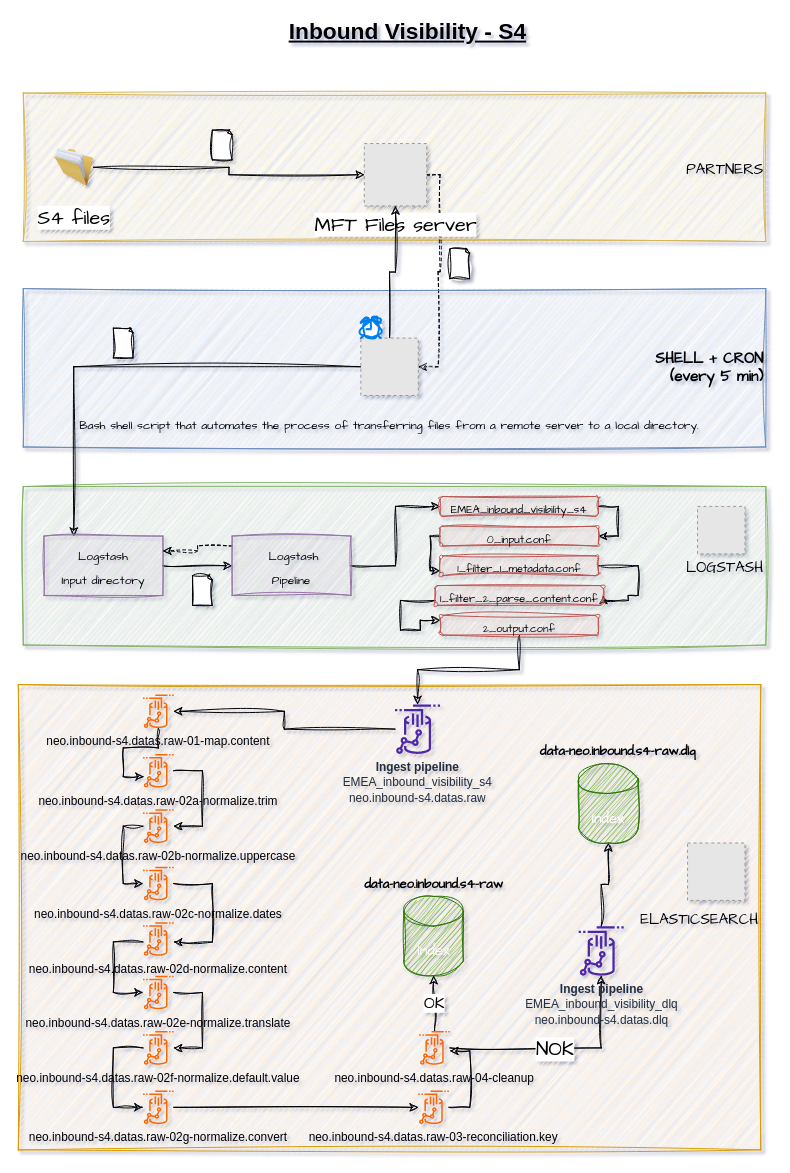
The draw.io diagram Inbound_Visibility-S4.drawio in baranharis/Diagram-LOREAL, before the edit. Source tidied: cells renumbered, new cells numbered last; positions are measured from the earlier drawing's top-left corner, leaving out a move shared by most shapes. Both pictures are drawn from the tidied source at 99%, with x=0, y=0 at pixel (18, 21). Pictures stored in the file or linked from it are replaced by grey dashed boxes.
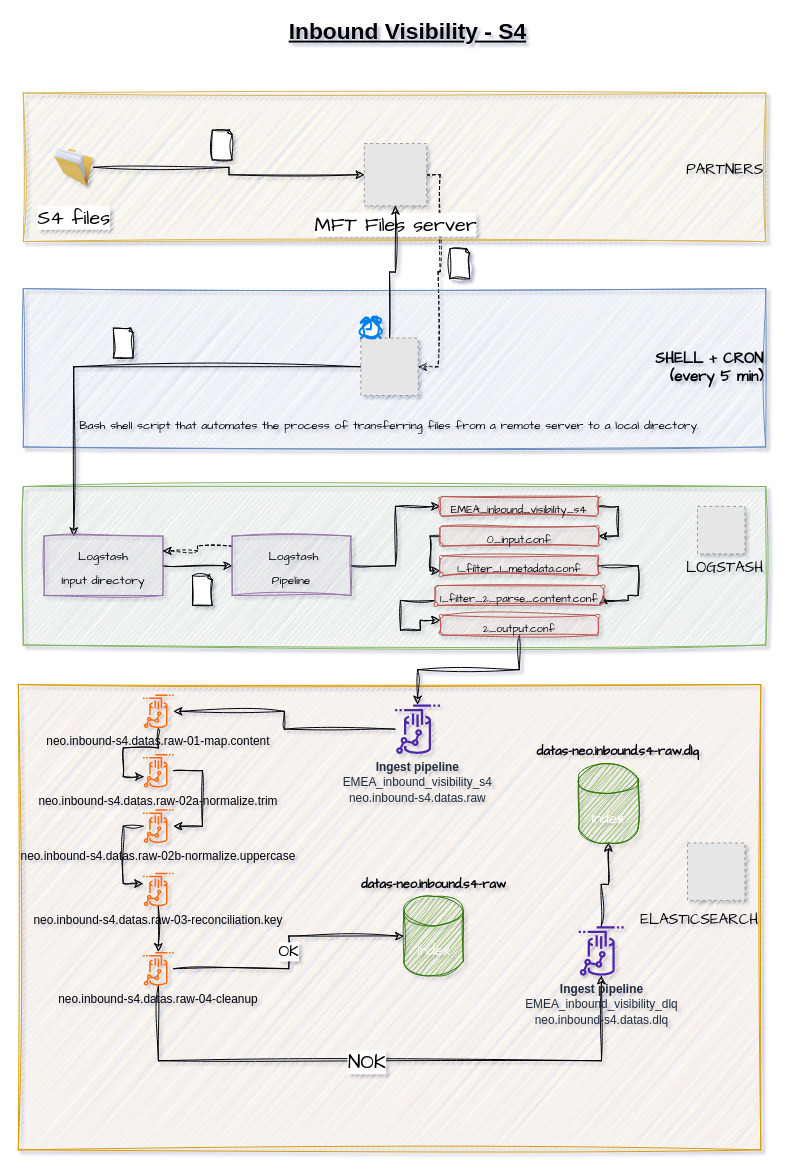
The same page after the edit.

Commit message:
Mettre à jour Inbound_Visibility-S4.drawio

The change refers to these unchanged cells:
```xml
<mxCell id="52" value="neo.inbound-s4.datas.raw-02b-normalize.uppercase" style="sketch=0;outlineConnect=0;fillColor=#fa6800;strokeColor=#C73500;dashed=0;verticalLabelPosition=bottom;verticalAlign=top;align=center;html=1;fontSize=12;fontStyle=0;shape=mxgraph.aws4.redshift_streaming_ingestion;fontColor=#000000;" parent="1" vertex="1">
  <mxGeometry x="126" y="796" width="30.9" height="34" as="geometry" />
</mxCell>
<mxCell id="63" value="&lt;span style=&quot;border-color: var(--border-color); font-family: Helvetica;&quot;&gt;&lt;b&gt;Ingest pipeline&lt;/b&gt;&lt;br&gt;EMEA_inbound_visibility_dlq&lt;br&gt;&lt;/span&gt;&lt;font face=&quot;Helvetica&quot;&gt;neo.inbound-s4.datas.dlq&lt;/font&gt;" style="sketch=0;outlineConnect=0;fontColor=#232F3E;gradientColor=none;fillColor=#4D27AA;strokeColor=none;dashed=0;verticalLabelPosition=bottom;verticalAlign=top;align=center;html=1;fontSize=12;fontStyle=0;shape=mxgraph.aws4.redshift_streaming_ingestion;hachureGap=4;jiggle=2;curveFitting=1;fontFamily=Architects Daughter;" parent="1" vertex="1">
  <mxGeometry x="566" y="914" width="45.5" height="50" as="geometry" />
</mxCell>
```

Change to the diagram source:
```diff
@@
     <mxCell id="39" style="edgeStyle=orthogonalEdgeStyle;rounded=0;sketch=1;hachureGap=4;jiggle=2;curveFitting=1;jettySize=auto;html=1;fontFamily=Architects Daughter;fontSize=16;" parent="1" edge="1" source="40" target="60">
-      <mxGeometry relative="1" as="geometry">
-        <Array as="points">
-          <mxPoint x="456" y="1097" />
-          <mxPoint x="456" y="1040" />
-        </Array>
-      </mxGeometry>
+      <mxGeometry relative="1" as="geometry" />
     </mxCell>
     <mxCell id="40" value="neo.inbound-s4.datas.raw-03-reconciliation.key" style="sketch=0;outlineConnect=0;fillColor=#fa6800;strokeColor=#C73500;dashed=0;verticalLabelPosition=bottom;verticalAlign=top;align=center;html=1;fontSize=12;fontStyle=0;shape=mxgraph.aws4.redshift_streaming_ingestion;fontColor=#000000;" parent="1" vertex="1">
-      <mxGeometry x="404" y="1080" width="30.9" height="34" as="geometry" />
+      <mxGeometry x="126" y="860" width="30.9" height="34" as="geometry" />
     </mxCell>
-    <mxCell id="41" style="edgeStyle=orthogonalEdgeStyle;rounded=0;sketch=1;hachureGap=4;jiggle=2;curveFitting=1;jettySize=auto;html=1;fontFamily=Architects Daughter;fontSize=16;" parent="1" edge="1" source="42" target="40">
-      <mxGeometry relative="1" as="geometry" />
-    </mxCell>
-    <mxCell id="42" value="neo.inbound-s4.datas.raw-02g-normalize.convert" style="sketch=0;outlineConnect=0;fillColor=#fa6800;strokeColor=#C73500;dashed=0;verticalLabelPosition=bottom;verticalAlign=top;align=center;html=1;fontSize=12;fontStyle=0;shape=mxgraph.aws4.redshift_streaming_ingestion;fontColor=#000000;" parent="1" vertex="1">
-      <mxGeometry x="126" y="1080" width="30.9" height="34" as="geometry" />
-    </mxCell>
-    <mxCell id="43" style="edgeStyle=orthogonalEdgeStyle;rounded=0;sketch=1;hachureGap=4;jiggle=2;curveFitting=1;jettySize=auto;html=1;fontFamily=Architects Daughter;fontSize=16;" parent="1" edge="1" source="44" target="42">
-      <mxGeometry relative="1" as="geometry">
-        <Array as="points">
-          <mxPoint x="96" y="1037" />
-          <mxPoint x="96" y="1097" />
-        </Array>
-      </mxGeometry>
-    </mxCell>
-    <mxCell id="44" value="neo.inbound-s4.datas.raw-02f-normalize.default.value" style="sketch=0;outlineConnect=0;fillColor=#fa6800;strokeColor=#C73500;dashed=0;verticalLabelPosition=bottom;verticalAlign=top;align=center;html=1;fontSize=12;fontStyle=0;shape=mxgraph.aws4.redshift_streaming_ingestion;fontColor=#000000;" parent="1" vertex="1">
-      <mxGeometry x="126" y="1020" width="30.9" height="34" as="geometry" />
-    </mxCell>
-    <mxCell id="45" style="edgeStyle=orthogonalEdgeStyle;rounded=0;sketch=1;hachureGap=4;jiggle=2;curveFitting=1;jettySize=auto;html=1;fontFamily=Architects Daughter;fontSize=16;" parent="1" edge="1" source="46" target="44">
-      <mxGeometry relative="1" as="geometry">
-        <Array as="points">
-          <mxPoint x="186" y="981" />
-          <mxPoint x="186" y="1037" />
-        </Array>
-      </mxGeometry>
-    </mxCell>
-    <mxCell id="46" value="neo.inbound-s4.datas.raw-02e-normalize.translate" style="sketch=0;outlineConnect=0;fillColor=#fa6800;strokeColor=#C73500;dashed=0;verticalLabelPosition=bottom;verticalAlign=top;align=center;html=1;fontSize=12;fontStyle=0;shape=mxgraph.aws4.redshift_streaming_ingestion;fontColor=#000000;" parent="1" vertex="1">
-      <mxGeometry x="126" y="964" width="30.9" height="34" as="geometry" />
-    </mxCell>
-    <mxCell id="47" style="edgeStyle=orthogonalEdgeStyle;rounded=0;sketch=1;hachureGap=4;jiggle=2;curveFitting=1;jettySize=auto;html=1;fontFamily=Architects Daughter;fontSize=16;" parent="1" edge="1" source="48" target="46">
-      <mxGeometry relative="1" as="geometry">
-        <Array as="points">
-          <mxPoint x="96" y="930" />
-          <mxPoint x="96" y="981" />
-        </Array>
-      </mxGeometry>
-    </mxCell>
-    <mxCell id="48" value="neo.inbound-s4.datas.raw-02d-normalize.content" style="sketch=0;outlineConnect=0;fillColor=#fa6800;strokeColor=#C73500;dashed=0;verticalLabelPosition=bottom;verticalAlign=top;align=center;html=1;fontSize=12;fontStyle=0;shape=mxgraph.aws4.redshift_streaming_ingestion;fontColor=#000000;" parent="1" vertex="1">
-      <mxGeometry x="126" y="910" width="30.9" height="34" as="geometry" />
-    </mxCell>
-    <mxCell id="49" style="edgeStyle=orthogonalEdgeStyle;rounded=0;sketch=1;hachureGap=4;jiggle=2;curveFitting=1;jettySize=auto;html=1;fontFamily=Architects Daughter;fontSize=16;" parent="1" edge="1" source="50" target="48">
-      <mxGeometry relative="1" as="geometry">
-        <Array as="points">
-          <mxPoint x="196" y="871" />
-          <mxPoint x="196" y="930" />
-        </Array>
-      </mxGeometry>
-    </mxCell>
-    <mxCell id="50" value="neo.inbound-s4.datas.raw-02c-normalize.dates" style="sketch=0;outlineConnect=0;fillColor=#fa6800;strokeColor=#C73500;dashed=0;verticalLabelPosition=bottom;verticalAlign=top;align=center;html=1;fontSize=12;fontStyle=0;shape=mxgraph.aws4.redshift_streaming_ingestion;fontColor=#000000;" parent="1" vertex="1">
-      <mxGeometry x="126" y="854" width="30.9" height="34" as="geometry" />
-    </mxCell>
-    <mxCell id="51" style="edgeStyle=orthogonalEdgeStyle;rounded=0;sketch=1;hachureGap=4;jiggle=2;curveFitting=1;jettySize=auto;html=1;fontFamily=Architects Daughter;fontSize=16;" parent="1" edge="1" source="52" target="50">
+    <mxCell id="51" style="edgeStyle=orthogonalEdgeStyle;rounded=0;sketch=1;hachureGap=4;jiggle=2;curveFitting=1;jettySize=auto;html=1;fontFamily=Architects Daughter;fontSize=16;" parent="1" edge="1" source="52" target="40">
       <mxGeometry relative="1" as="geometry">
         <Array as="points">
           <mxPoint x="106" y="813" />
           <mxPoint x="106" y="871" />
         </Array>
       </mxGeometry>
     </mxCell>
@@
     <mxCell id="58" style="edgeStyle=orthogonalEdgeStyle;rounded=0;sketch=1;hachureGap=4;jiggle=2;curveFitting=1;jettySize=auto;html=1;fontFamily=Architects Daughter;fontSize=16;" parent="1" edge="1" source="60" target="63">
-      <mxGeometry relative="1" as="geometry" />
+      <mxGeometry relative="1" as="geometry">
+        <Array as="points">
+          <mxPoint x="142" y="1050" />
+          <mxPoint x="589" y="1050" />
+        </Array>
+      </mxGeometry>
     </mxCell>
@@
     <mxCell id="60" value="neo.inbound-s4.datas.raw-04-cleanup" style="sketch=0;outlineConnect=0;fillColor=#fa6800;strokeColor=#C73500;dashed=0;verticalLabelPosition=bottom;verticalAlign=top;align=center;html=1;fontSize=12;fontStyle=0;shape=mxgraph.aws4.redshift_streaming_ingestion;fontColor=#000000;" parent="1" vertex="1">
-      <mxGeometry x="405" y="1020" width="30.9" height="34" as="geometry" />
+      <mxGeometry x="126" y="940" width="30.9" height="34" as="geometry" />
     </mxCell>
@@
-    <mxCell id="65" value="&lt;font style=&quot;font-size: 13px;&quot;&gt;&lt;b&gt;data-neo.inbound.s4-raw&lt;/b&gt;&lt;/font&gt;" style="text;html=1;strokeColor=none;fillColor=none;align=center;verticalAlign=middle;whiteSpace=wrap;rounded=0;fontSize=20;fontFamily=Architects Daughter;" parent="1" vertex="1">
+    <mxCell id="65" value="&lt;font style=&quot;font-size: 13px;&quot;&gt;&lt;b&gt;datas-neo.inbound.s4-raw&lt;/b&gt;&lt;/font&gt;" style="text;html=1;strokeColor=none;fillColor=none;align=center;verticalAlign=middle;whiteSpace=wrap;rounded=0;fontSize=20;fontFamily=Architects Daughter;" parent="1" vertex="1">
       <mxGeometry x="344.5" y="854" width="150" height="30" as="geometry" />
     </mxCell>
-    <mxCell id="66" value="&lt;font style=&quot;font-size: 13px;&quot;&gt;&lt;b&gt;data-neo.inbound.s4-raw.dlq&lt;/b&gt;&lt;/font&gt;" style="text;html=1;strokeColor=none;fillColor=none;align=center;verticalAlign=middle;whiteSpace=wrap;rounded=0;fontSize=20;fontFamily=Architects Daughter;" parent="1" vertex="1">
+    <mxCell id="66" value="&lt;font style=&quot;font-size: 13px;&quot;&gt;&lt;b&gt;datas-neo.inbound.s4-raw.dlq&lt;/b&gt;&lt;/font&gt;" style="text;html=1;strokeColor=none;fillColor=none;align=center;verticalAlign=middle;whiteSpace=wrap;rounded=0;fontSize=20;fontFamily=Architects Daughter;" parent="1" vertex="1">
       <mxGeometry x="516" y="720" width="180" height="30" as="geometry" />
     </mxCell>
```
